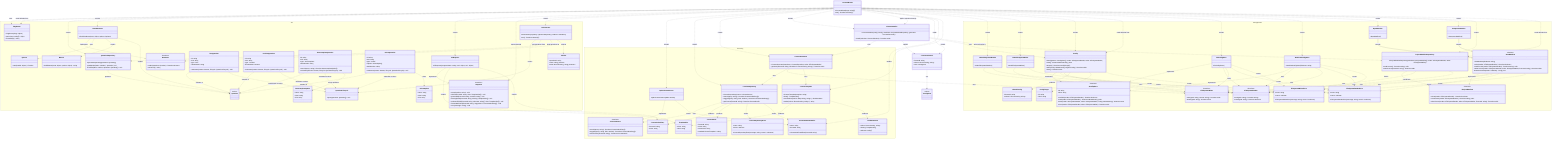
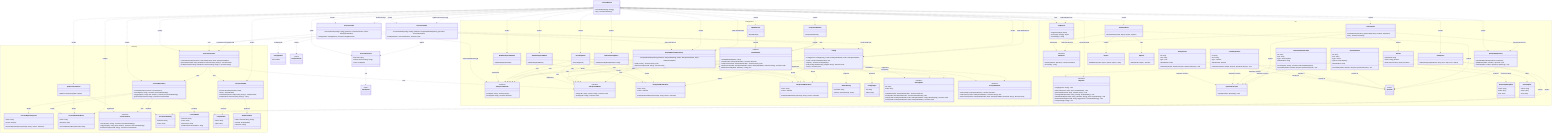
classDiagram
  direction TB

  class LicenseWizard {
    +LicenseWizard(args: string[])
    +run() Promise~Answer[]~
  }

  class LicenseInstaller {
    +LicenseInstaller(config: Config, manifests: ProjectManifestRepository, generator: LicenseGenerator)
    +install(selection: LicenseSelection) Promise~void~
+   }
+ 
+   class LicenseVerifier {
+     +LicenseVerifier(config: Config, generator: LicenseGenerator, reader: IFileSystemReader)
+     +verify(options: VerifyOptions) Promise~VerifyOutcome~
  }

  class LicenseSelection {
    +licenseId: string
    +tokens: Record~string, string~
    +save: ConfigSave
  }

  class ConfigSave {
+     <<union>>
+   }
+ 
+   class VerifyOptions {
+     +fix: boolean
+   }
+ 
+   class VerifyOutcome {
    <<union>>
  }

  namespace CLI {
    class FlagParser {
      +FlagParser(flags: object)
      +parse(args: string[]) object
      +formatHelp() string
    }

    class Orchestrator {
      +Orchestrator(repository: QuestionRepository, renderer: IRenderer)
      +run() Promise~Answer[]~
    }

    class IRenderer {
      <<interface>>
      +render(question: Question) Promise~Answer~
      +onCancel() string
    }

    class ClackRenderer {
      +ClackRenderer(meta: object, spinner: Spinner)
    }

    class IReporter {
      <<interface>>
      +usage(options: string) void
      +tokens(licenseId: string, slots: TemplateSlot[]) void
      +generated(licenseId: string, savedTo: string) void
      +missingFields(licenseId: string, missing: TemplateSlot[]) void
      +unknownFields(licenseId: string, unknown: string[], slots: TemplateSlot[]) void
      +licenseNotFound(licenseId: string, suggestions: LicenseIndexEntry[]) void
      +error(message: string) void
    }

    class CliReporter {
      +CliReporter(programName: string, out?: object, err?: object)
    }

    class Banner {
      +buildBanner(meta: object, options: object) string
    }

    class Spinner {
      +start(handle: object) Function
    }

    class QuestionRepository {
      +QuestionRepository(questions: Question[])
      +getByIndex(index: number) Question | null
      +insertAt(index: number, questions: Question[]) void
    }

    class QuestionLifecycle {
      +inject(questions: Question[]) void
    }

    class Question {
      <<union>>
    }

    class TextQuestion {
      +id: string
      +text: string
      +type: "text"
      +defaultValue: string
      +onAnswer(answer: Answer, lifecycle: QuestionLifecycle) void
    }

    class ConfirmQuestion {
      +id: string
      +text: string
      +type: "confirm"
      +defaultValue: boolean
      +onAnswer(answer: Answer, lifecycle: QuestionLifecycle) void
    }

    class AutocompleteQuestion {
      +id: string
      +text: string
      +type: "autocomplete"
      +defaultValue: string
      +search(query: string) Promise~AutocompleteOption[]~
      +onAnswer(answer: Answer, lifecycle: QuestionLifecycle) void
    }

    class AutocompleteOption {
      +value: string
      +label: string
      +hint: string
    }

    class SelectQuestion {
      +id: string
      +text: string
      +type: "select"
      +options: SelectOption[]
      +defaultValue: string
      +onAnswer(answer: Answer, lifecycle: QuestionLifecycle) void
    }

    class SelectOption {
      +value: string
      +label: string
      +hint: string
    }

    class Answer {
      +questionId: string
      +value: string | boolean
      +fields: Record~string, string | boolean~
    }
  }

  namespace Licensing {
    class LicenseRepository {
      +LicenseRepository(source: ILicenseSource)
      +search(query: string) Promise~LicenseIndexEntry[]~
      +suggest(query: string, limit: number) Promise~LicenseIndexEntry[]~
      +getLicense(licenseId: string) Promise~LicenseDetail~
    }

    class LicenseRepositoryError {
      +name: string
      +cause: unknown
      +LicenseRepositoryError(message: string, cause?: unknown)
    }

    class LicenseNotFoundError {
      +name: string
      +licenseId: string
      +LicenseNotFoundError(licenseId: string)
    }

    class ILicenseSource {
      <<interface>>
      +search(query: string) Promise~LicenseIndexEntry[]~
      +suggest(query: string, limit: number) Promise~LicenseIndexEntry[]~
      +fetchLicense(licenseId: string) Promise~LicenseDetail~
    }

    class SpdxLicenseSource {
      +SpdxLicenseSource(ttlMs: number)
    }

    class LicenseIndexEntry {
      +licenseId: string
      +name: string
    }

    class LicenseDetail {
      +licenseId: string
      +name: string
      +licenseText: string
      +standardLicenseTemplate?: string
    }

    class LicenseTemplate {
      +LicenseTemplate(template: string)
      +slots() TemplateSlot[]
      +resolveSlots(entries: Map~string, string~) SlotResolution
      +render(values: Record~string, string~) string
    }

    class TemplateSlot {
      +token: string
      +label: string
    }

    class SlotResolution {
      +values: Record~string, string~
      +missing: TemplateSlot[]
      +unknown: string[]
    }

    class LicenseGenerator {
      +LicenseGenerator(repository: LicenseRepository, writer: IFileSystemWriter)
      +generate(licenseId: string, slotValues?: Record~string, string~) Promise~void~
+       +render(licenseId: string, slotValues?: Record~string, string~) Promise~string~
    }
  }

  namespace Configuration {
    class IFileSystemReader {
      <<interface>>
      +read(path: string) Promise~string~
      +exists(path: string) Promise~boolean~
    }

    class IFileSystemWriter {
      <<interface>>
      +write(path: string, content: string) Promise~void~
      +delete(path: string) Promise~void~
    }

    class NodeFileSystemReader {
      +NodeFileSystemReader()
    }

    class NodeFileSystemWriter {
      +NodeFileSystemWriter()
    }

    class FileSystemReaderError {
      +name: string
      +cause: unknown
      +FileSystemReaderError(message: string, cause?: unknown)
    }

    class FileSystemWriterError {
      +name: string
      +cause: unknown
      +FileSystemWriterError(message: string, cause?: unknown)
    }

    class WizardConfig {
      +licenseId: string
      +tokens?: Record~string, string~
    }

    class ConfigTarget {
      +id: string
      +label: string
    }

    class IConfigStore {
      <<interface>>
      +id: string
      +label: string
      +available(reader: IFileSystemReader) Promise~boolean~
      +read(reader: IFileSystemReader) Promise~WizardConfig | null~
      +write(reader: IFileSystemReader, writer: IFileSystemWriter, config: WizardConfig) Promise~void~
      +clear(reader: IFileSystemReader, writer: IFileSystemWriter) Promise~void~
    }

    class RcConfigStore {
      +RcConfigStore()
    }

    class ManifestConfigStore {
      +ManifestConfigStore(fileName: string)
    }

    class Config {
      +Config(stores: IConfigStore[], reader: IFileSystemReader, writer: IFileSystemWriter)
      +read() Promise~WizardConfig | null~
      +targets() Promise~ConfigTarget[]~
      +write(config: WizardConfig, targetId: string) Promise~void~
      +clear() Promise~void~
    }

    class IProjectManifest {
      <<interface>>
      +exists(reader: IFileSystemReader) Promise~boolean~
      +readLicense(reader: IFileSystemReader) Promise~string | null~
      +writeLicense(reader: IFileSystemReader, writer: IFileSystemWriter, licenseId: string) Promise~void~
    }

    class JsonManifest {
      <<abstract>>
      +JsonManifest(fileName: string)
      +exists(reader: IFileSystemReader) Promise~boolean~
      +readLicense(reader: IFileSystemReader) Promise~string | null~
      +writeLicense(reader: IFileSystemReader, writer: IFileSystemWriter, licenseId: string) Promise~void~
      #extractLicenseId(value: unknown)* string | null
    }

    class NpmManifest {
      +NpmManifest()
    }

    class ComposerManifest {
      +ComposerManifest()
    }

    class ProjectManifestRepository {
      +ProjectManifestRepository(manifests: IProjectManifest[], reader: IFileSystemReader, writer: IFileSystemWriter)
      +readLicense() Promise~string | null~
      +writeLicense(licenseId: string) Promise~void~
    }
  }

  TextQuestion ..|> Question : member of
  ConfirmQuestion ..|> Question : member of
  AutocompleteQuestion ..|> Question : member of
  SelectQuestion ..|> Question : member of
  TextQuestion ..> QuestionLifecycle : onAnswer receives
  ConfirmQuestion ..> QuestionLifecycle : onAnswer receives
  AutocompleteQuestion ..> QuestionLifecycle : onAnswer receives
  SelectQuestion ..> QuestionLifecycle : onAnswer receives
  SelectQuestion ..> SelectOption : offers
  Orchestrator ..> QuestionLifecycle : creates
  ClackRenderer ..|> IRenderer : implements
  ClackRenderer ..> Spinner : uses
  ClackRenderer ..> Banner : renders
  CliReporter ..|> IReporter : implements
  CliReporter ..> TemplateSlot : renders
  LicenseWizard ..> FlagParser : uses
  LicenseWizard ..> FlagParser : reads defaults from
  LicenseWizard ..> QuestionRepository : creates
  LicenseWizard ..> ClackRenderer : creates
  LicenseWizard ..> CliReporter : creates
  LicenseWizard ..> IReporter : reports through
  LicenseWizard ..> Orchestrator : creates
  LicenseWizard ..> SpdxLicenseSource : creates
  LicenseWizard ..> LicenseRepository : creates
  LicenseWizard ..> LicenseGenerator : creates
  LicenseWizard ..> LicenseInstaller : creates
  LicenseWizard ..> LicenseInstaller : applies selection through
  LicenseWizard ..> LicenseSelection : builds
+   LicenseWizard ..> LicenseVerifier : creates
+   LicenseWizard ..> LicenseVerifier : verifies through
  LicenseInstaller ..> Config : uses
  LicenseInstaller ..> ProjectManifestRepository : writes selection to
  LicenseInstaller ..> LicenseGenerator : uses
  LicenseInstaller ..> LicenseSelection : applies
+   LicenseVerifier ..> Config : reads config from
+   LicenseVerifier ..> LicenseGenerator : re-renders and rewrites with
+   LicenseVerifier ..> IFileSystemReader : reads LICENSE through
+   LicenseVerifier ..> VerifyOptions : configured by
+   LicenseVerifier ..> VerifyOutcome : returns
  LicenseSelection ..> ConfigSave : has
  Orchestrator ..> QuestionRepository : gets questions from
  Orchestrator ..> IRenderer : feeds questions to
  ClackRenderer ..> Question : renders
  QuestionRepository ..> Question : produces
  AutocompleteQuestion ..> AutocompleteOption : search produces
  Orchestrator ..> Answer : collects
  SpdxLicenseSource ..|> ILicenseSource : implements
  LicenseRepository ..> ILicenseSource : uses
  LicenseRepository ..> LicenseIndexEntry : produces
  LicenseRepository ..> LicenseDetail : produces
  LicenseRepository ..> LicenseRepositoryError : throws
  LicenseRepository ..> LicenseNotFoundError : throws
  SpdxLicenseSource ..> LicenseNotFoundError : throws
  LicenseWizard ..> LicenseNotFoundError : handles
  CliReporter ..> LicenseIndexEntry : renders
  LicenseGenerator ..> LicenseRepository : uses
  LicenseGenerator ..> IFileSystemWriter : uses
  LicenseGenerator ..> LicenseTemplate : uses
  LicenseTemplate ..> TemplateSlot : produces
  LicenseTemplate ..> SlotResolution : produces
  LicenseWizard ..> LicenseTemplate : creates
  NodeFileSystemReader ..|> IFileSystemReader : implements
  NodeFileSystemWriter ..|> IFileSystemWriter : implements
  NodeFileSystemReader ..> FileSystemReaderError : throws
  NodeFileSystemWriter ..> FileSystemWriterError : throws
  Config ..> IConfigStore : coordinates
  Config ..> IFileSystemReader : uses
  Config ..> IFileSystemWriter : uses
  Config ..> WizardConfig : produces
  Config ..> ConfigTarget : produces
  Config ..> FileSystemWriterError : throws
  RcConfigStore ..|> IConfigStore : implements
  ManifestConfigStore ..|> IConfigStore : implements
  RcConfigStore ..> IFileSystemReader : uses
  RcConfigStore ..> IFileSystemWriter : uses
  RcConfigStore ..> FileSystemReaderError : throws
  RcConfigStore ..> FileSystemWriterError : throws
  ManifestConfigStore ..> IFileSystemReader : uses
  ManifestConfigStore ..> IFileSystemWriter : uses
  ManifestConfigStore ..> FileSystemReaderError : throws
  ManifestConfigStore ..> FileSystemWriterError : throws
  JsonManifest ..|> IProjectManifest : implements
  NpmManifest --|> JsonManifest : extends
  ComposerManifest --|> JsonManifest : extends
  JsonManifest ..> IFileSystemReader : uses
  JsonManifest ..> IFileSystemWriter : uses
  JsonManifest ..> FileSystemReaderError : throws
  JsonManifest ..> FileSystemWriterError : throws
  ProjectManifestRepository ..> IProjectManifest : coordinates
  ProjectManifestRepository ..> IFileSystemReader : uses
  ProjectManifestRepository ..> IFileSystemWriter : uses
  LicenseWizard ..> NodeFileSystemReader : creates
  LicenseWizard ..> NodeFileSystemWriter : creates
  LicenseWizard ..> Config : creates
  LicenseWizard ..> Config : reads defaults from
  LicenseWizard ..> RcConfigStore : creates
  LicenseWizard ..> ManifestConfigStore : creates
  LicenseWizard ..> NpmManifest : creates
  LicenseWizard ..> ComposerManifest : creates
  LicenseWizard ..> ProjectManifestRepository : creates
  LicenseWizard ..> ProjectManifestRepository : reads defaults from
